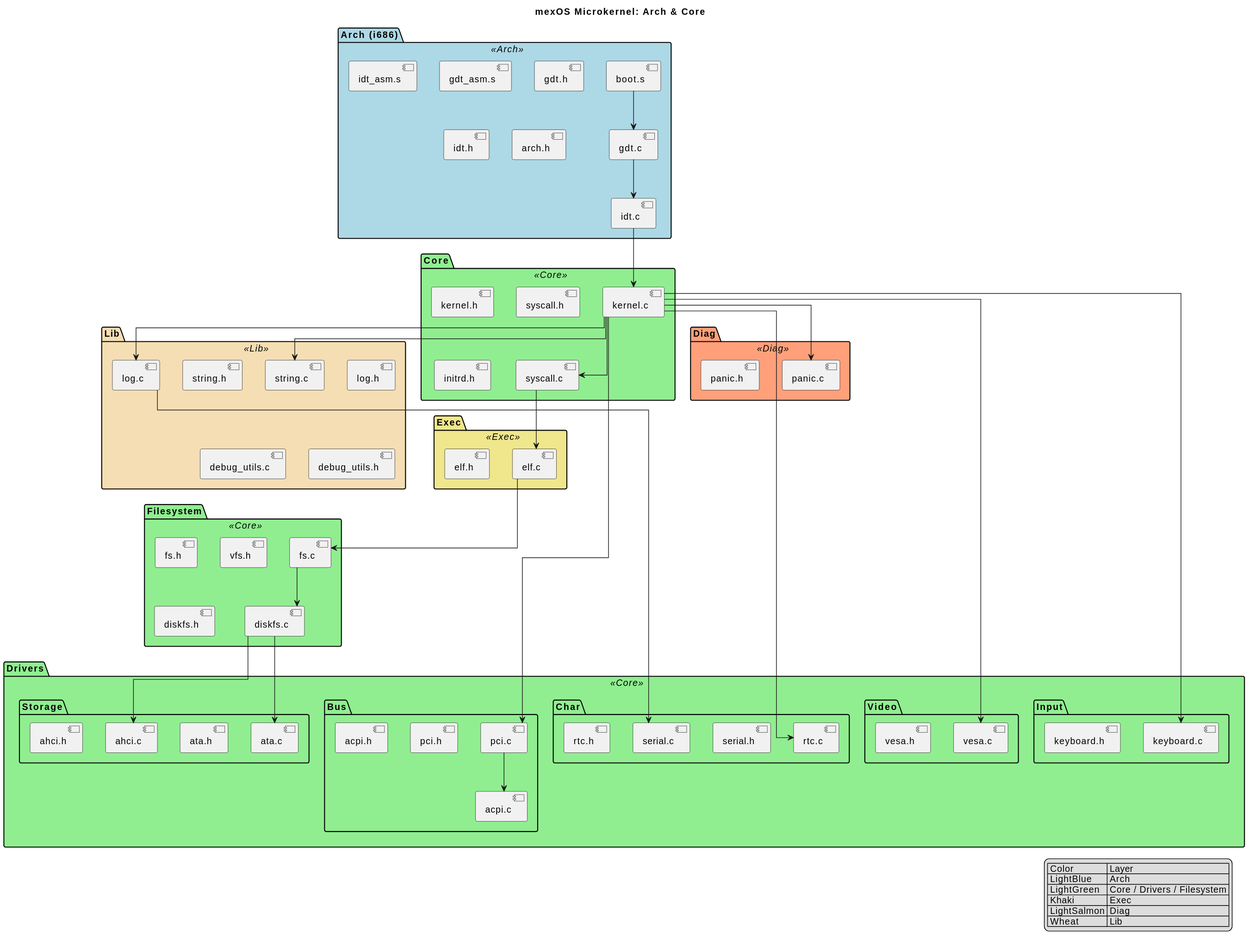
mendax0110/mexOS keeps this PlantUML diagram as docs/UML/ArchCore.svg. Above is the earlier version.
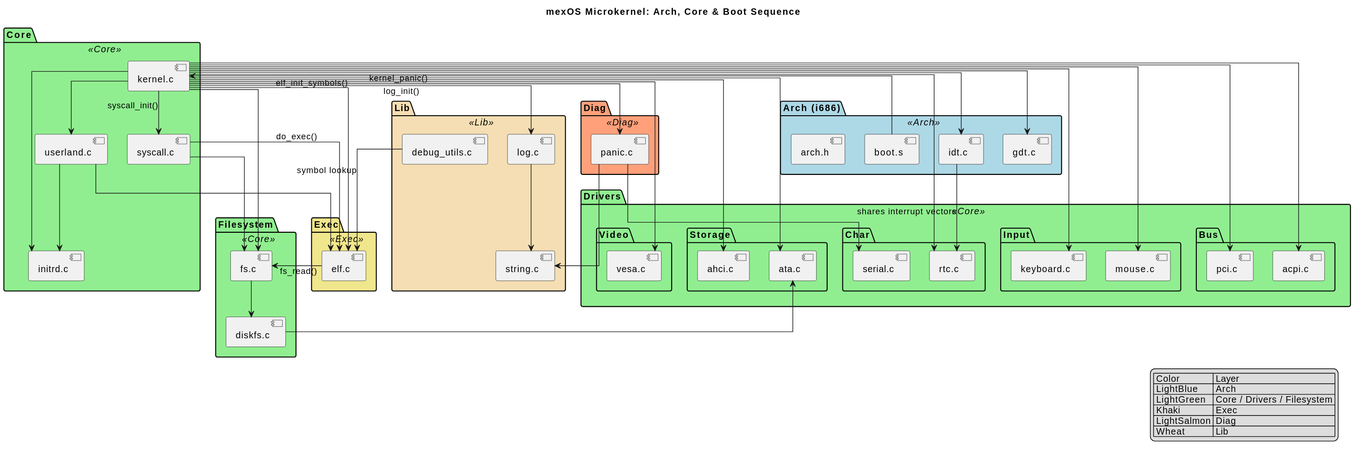
The same diagram one commit later.

Diff of the diagram source:
```diff
@@ -1,7 +1,9 @@
 @startuml
-title mexOS Microkernel: Arch & Core
+title mexOS Microkernel: Arch, Core & Boot Sequence
 
 skinparam linetype ortho
+skinparam nodesep 30
+skinparam ranksep 40
 skinparam package {
     BackgroundColor<<Arch>> LightBlue
     BackgroundColor<<Core>> LightGreen
@@ -14,106 +16,90 @@
 
 package "Arch (i686)" <<Arch>> {
     [boot.s]
-    [gdt_asm.s]
     [gdt.c]
-    [gdt.h]
-    [idt_asm.s]
     [idt.c]
-    [idt.h]
     [arch.h]
 }
 
 package "Core" <<Core>> {
     [kernel.c]
-    [kernel.h]
     [syscall.c]
-    [syscall.h]
-    [initrd.h]
+    [userland.c]
+    [initrd.c]
 }
 
 package "Exec" <<Exec>> {
     [elf.c]
-    [elf.h]
 }
 
 package "Diag" <<Diag>> {
     [panic.c]
-    [panic.h]
 }
 
 package "Lib" <<Lib>> {
     [string.c]
-    [string.h]
     [log.c]
-    [log.h]
     [debug_utils.c]
-    [debug_utils.h]
 }
 
 package "Drivers" <<Core>> {
-
     package "Input" {
         [keyboard.c]
-        [keyboard.h]
+        [mouse.c]
     }
-
     package "Char" {
         [serial.c]
-        [serial.h]
         [rtc.c]
-        [rtc.h]
     }
-
     package "Bus" {
         [pci.c]
-        [pci.h]
         [acpi.c]
-        [acpi.h]
     }
-
     package "Video" {
         [vesa.c]
-        [vesa.h]
     }
-
     package "Storage" {
         [ata.c]
-        [ata.h]
         [ahci.c]
-        [ahci.h]
     }
 }
 
 package "Filesystem" <<Core>> {
     [fs.c]
-    [fs.h]
-    [vfs.h]
     [diskfs.c]
-    [diskfs.h]
 }
 
-[boot.s] --> [gdt.c]
-[gdt.c] --> [idt.c]
-[idt.c] --> [kernel.c]
-
-[kernel.c] --> [syscall.c]
-[syscall.c] --> [elf.c]
-[kernel.c] --> [panic.c]
-
-[elf.c] --> [fs.c]
-[fs.c] --> [diskfs.c]
-[diskfs.c] --> [ata.c]
-[diskfs.c] --> [ahci.c]
-
-[kernel.c] --> [log.c]
-[kernel.c] --> [string.c]
-[log.c] --> [serial.c]
-
+[boot.s] --> [kernel.c]
+[kernel.c] --> [gdt.c]
+[kernel.c] --> [idt.c]
+[kernel.c] --> [elf.c] : elf_init_symbols()
+[kernel.c] --> [panic.c] : kernel_panic()
+[kernel.c] --> [log.c] : log_init()
+[kernel.c] --> [syscall.c] : syscall_init()
 [kernel.c] --> [keyboard.c]
+[kernel.c] --> [mouse.c]
 [kernel.c] --> [vesa.c]
 [kernel.c] --> [rtc.c]
 [kernel.c] --> [pci.c]
-[pci.c] --> [acpi.c]
+[kernel.c] --> [acpi.c]
+[kernel.c] --> [ata.c]
+[kernel.c] --> [ahci.c]
+[kernel.c] --> [fs.c]
+[kernel.c] --> [initrd.c]
+[kernel.c] --> [userland.c]
+
+[idt.c] --> [rtc.c] : shares interrupt vectors
+[syscall.c] --> [elf.c] : do_exec()
+[syscall.c] --> [fs.c]
+[userland.c] --> [elf.c]
+[userland.c] --> [initrd.c]
+[elf.c] --> [fs.c] : fs_read()
+[fs.c] --> [diskfs.c]
+[diskfs.c] --> [ata.c]
+[log.c] --> [string.c]
+[debug_utils.c] --> [elf.c] : symbol lookup
+[panic.c] --> [serial.c]
+[panic.c] --> [string.c]
 
 legend right
 | Color | Layer |
```
